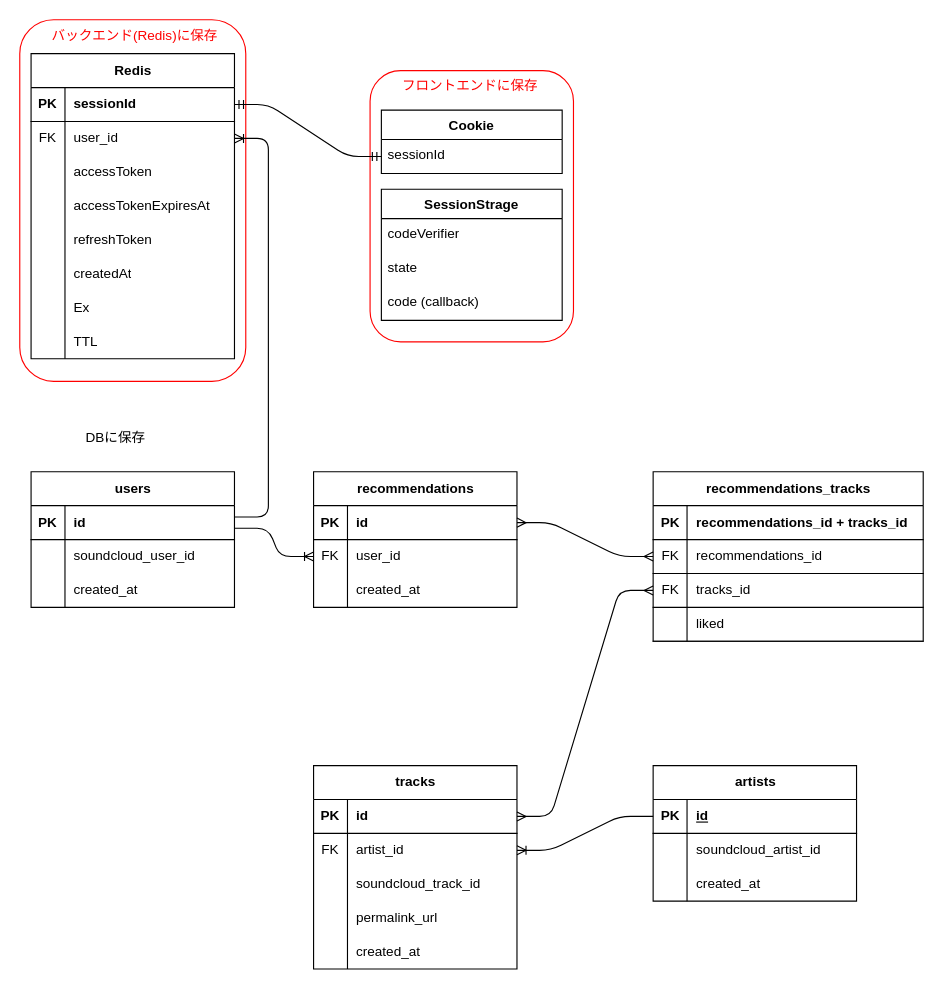
eito0518/digbeats-v3 keeps this draw.io diagram as docs/er-diagram.drawio. Above is the earlier version. Source tidied: cells renumbered, new cells numbered last; positions are measured from the earlier drawing's top-left corner, leaving out a move shared by most shapes. Both pictures are drawn from the tidied source at 113%, with x=0, y=0 at pixel (19, 19).
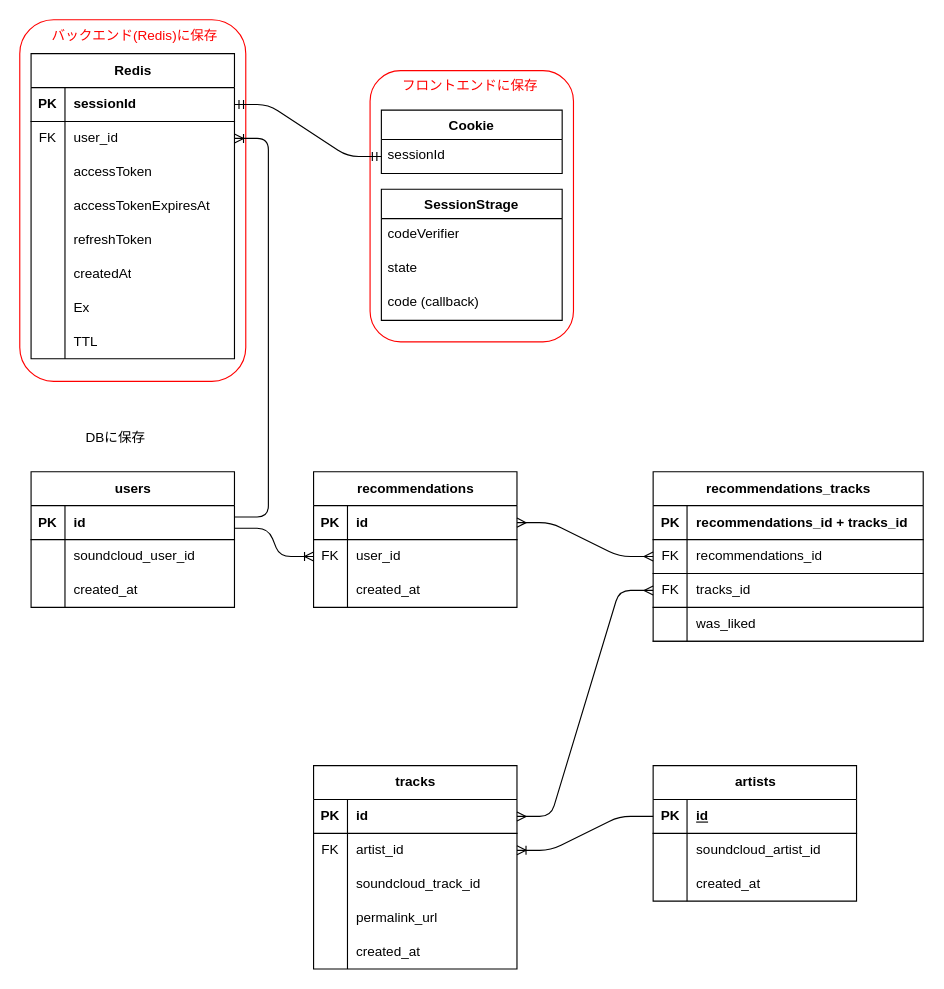
The same diagram, later.

The change refers to these unchanged cells:
```xml
<mxCell id="92" style="shape=tableRow;horizontal=0;startSize=0;swimlaneHead=0;swimlaneBody=0;fillColor=none;top=0;left=0;right=0;bottom=1;" parent="82" vertex="1">
  <mxGeometry y="120" width="239" height="30" as="geometry" />
</mxCell>
```

Diff of the diagram source:
```diff
@@
-    <mxCell id="94" value="&lt;span style=&quot;font-weight: normal;&quot;&gt;liked&lt;/span&gt;" style="shape=partialRectangle;fillColor=none;top=0;left=0;bottom=0;right=0;align=left;spacingLeft=6;fontStyle=1;overflow=hidden;whiteSpace=wrap;html=1;" parent="92" vertex="1">
+    <mxCell id="94" value="&lt;span style=&quot;font-weight: normal;&quot;&gt;was_liked&lt;/span&gt;" style="shape=partialRectangle;fillColor=none;top=0;left=0;bottom=0;right=0;align=left;spacingLeft=6;fontStyle=1;overflow=hidden;whiteSpace=wrap;html=1;" parent="92" vertex="1">
       <mxGeometry x="30" width="209" height="30" as="geometry" />
     </mxCell>
```
